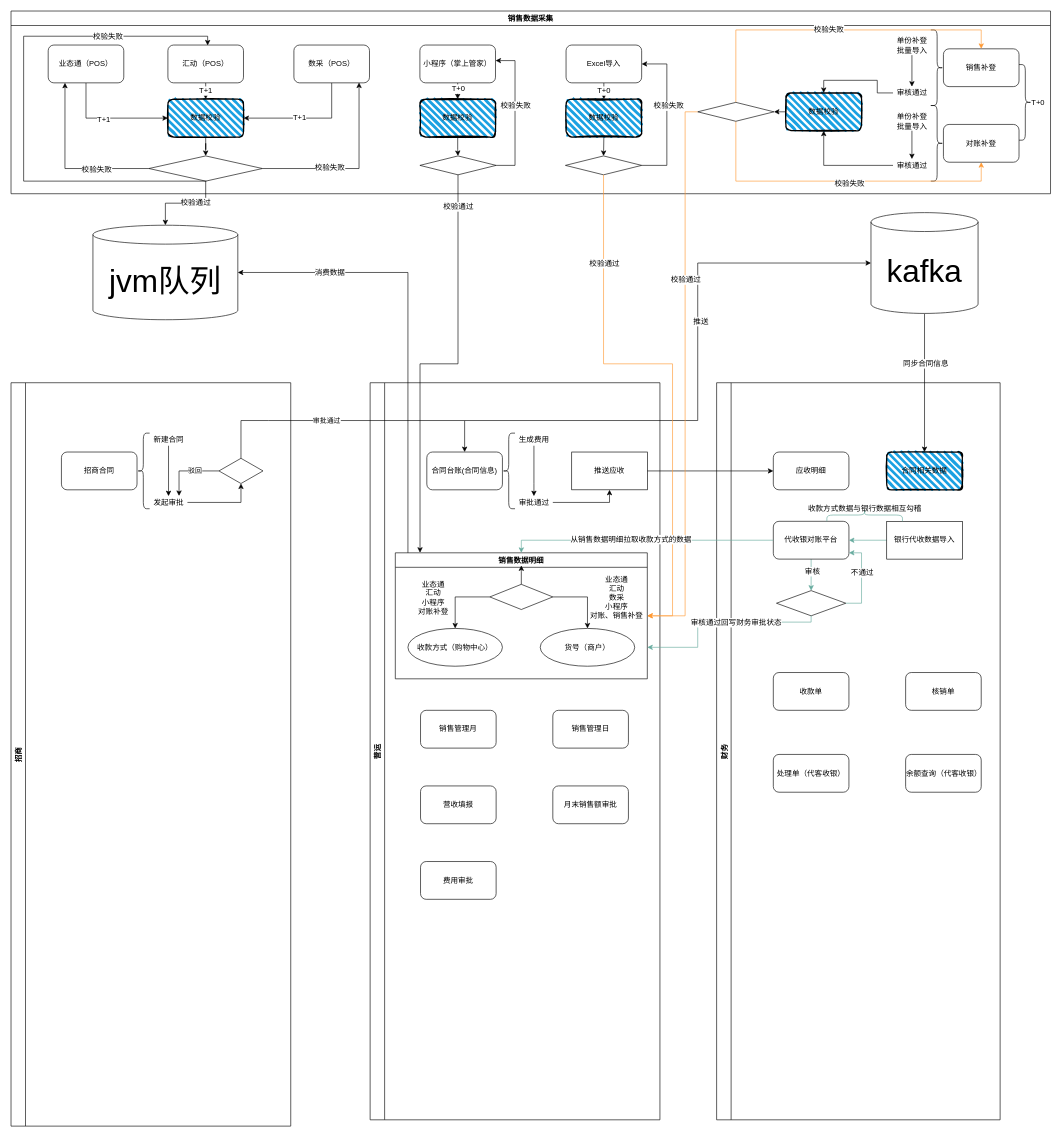
This is Untitled Diagram.drawio from lanrenspace/elementui-admin-template, a draw.io file, before an edit. Source tidied: cells renumbered, new cells numbered last; positions are measured from the earlier drawing's top-left corner, leaving out a move shared by most shapes. Both pictures are drawn from the tidied source at 63%, with x=0, y=0 at pixel (11, 11).
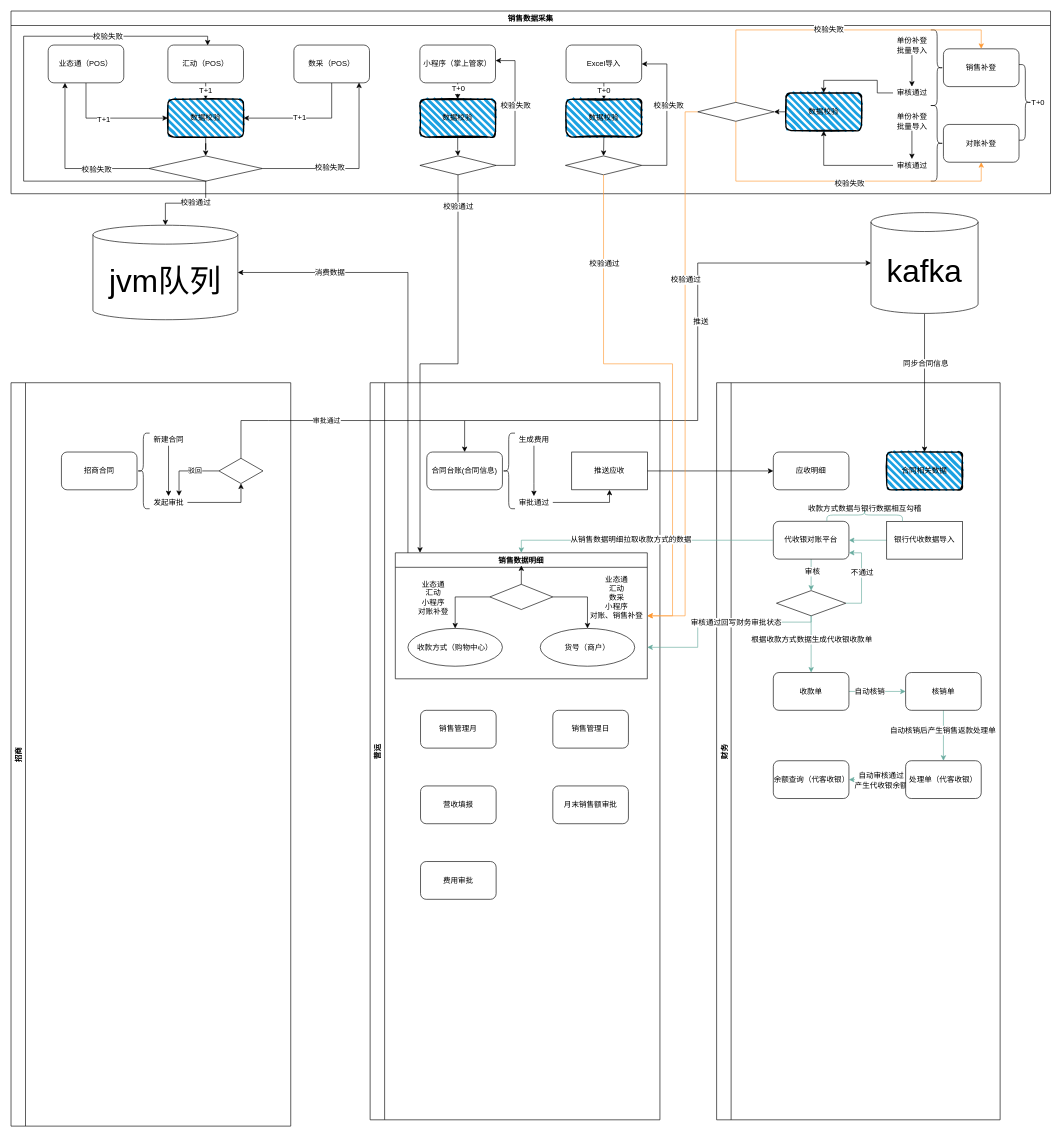
The same page after the edit.

Commit message:
对账单审核通过

Unchanged cells that the change refers to:
```xml
<mxCell id="35" value="财务" style="swimlane;horizontal=0;startSize=23;" parent="1" vertex="1">
  <mxGeometry x="1120" y="590" width="450" height="1170" as="geometry" />
</mxCell>
<mxCell id="47" style="rhombus;whiteSpace=wrap;html=1;fontSize=12;fontColor=#000000;strokeColor=#000000;" parent="35" vertex="1">
  <mxGeometry x="95" y="330" width="110" height="40" as="geometry" />
</mxCell>
<mxCell id="48" value="收款单" style="rounded=1;whiteSpace=wrap;html=1;fontSize=12;fontColor=#000000;strokeColor=#000000;" parent="35" vertex="1">
  <mxGeometry x="90" y="460" width="120" height="60" as="geometry" />
</mxCell>
<mxCell id="49" value="核销单" style="rounded=1;whiteSpace=wrap;html=1;fontSize=12;fontColor=#000000;strokeColor=#000000;" parent="35" vertex="1">
  <mxGeometry x="300" y="460" width="120" height="60" as="geometry" />
</mxCell>
```

The edit, as a diff of the source:
```diff
@@
+    <mxCell id="128" style="edgeStyle=orthogonalEdgeStyle;rounded=0;jettySize=auto;html=1;entryX=0.5;entryY=0;entryDx=0;entryDy=0;labelBackgroundColor=#FFFF66;fontSize=12;fontColor=#000000;strokeColor=#67AB9F;" parent="35" edge="1" source="47" target="48">
+      <mxGeometry relative="1" as="geometry" />
+    </mxCell>
+    <mxCell id="129" value="根据收款方式数据生成代收银收款单" style="edgeLabel;html=1;align=center;verticalAlign=middle;fontSize=12;fontColor=#000000;" parent="128" vertex="1">
+      <mxGeometry x="-0.18" relative="1" as="geometry" />
+    </mxCell>
@@
+    <mxCell id="130" style="edgeStyle=orthogonalEdgeStyle;rounded=0;jettySize=auto;html=1;exitX=1;exitY=0.5;exitDx=0;exitDy=0;entryX=0;entryY=0.5;entryDx=0;entryDy=0;labelBackgroundColor=#FFFF66;fontSize=12;fontColor=#000000;strokeColor=#67AB9F;" parent="35" edge="1" source="48" target="49">
+      <mxGeometry relative="1" as="geometry" />
+    </mxCell>
+    <mxCell id="131" value="自动核销" style="edgeLabel;html=1;align=center;verticalAlign=middle;fontSize=12;fontColor=#000000;" parent="130" vertex="1">
+      <mxGeometry x="-0.28" relative="1" as="geometry" />
+    </mxCell>
@@
+    <mxCell id="132" style="edgeStyle=orthogonalEdgeStyle;rounded=0;jettySize=auto;html=1;entryX=0.5;entryY=0;entryDx=0;entryDy=0;labelBackgroundColor=#FFFF66;fontSize=12;fontColor=#000000;strokeColor=#67AB9F;" parent="35" edge="1" source="49" target="50">
+      <mxGeometry relative="1" as="geometry" />
+    </mxCell>
+    <mxCell id="133" value="自动核销后产生销售返款处理单" style="edgeLabel;html=1;align=center;verticalAlign=middle;fontSize=12;fontColor=#000000;" parent="132" vertex="1">
+      <mxGeometry x="-0.23" y="-2" relative="1" as="geometry" />
+    </mxCell>
@@
+    <mxCell id="134" style="edgeStyle=orthogonalEdgeStyle;rounded=0;jettySize=auto;html=1;entryX=1;entryY=0.5;entryDx=0;entryDy=0;labelBackgroundColor=#FFFF66;fontSize=12;fontColor=#000000;strokeColor=#67AB9F;" parent="35" edge="1" source="50" target="51">
+      <mxGeometry relative="1" as="geometry" />
+    </mxCell>
+    <mxCell id="135" value="自动审核通过&lt;br&gt;产生代收银余额" style="edgeLabel;html=1;align=center;verticalAlign=middle;fontSize=12;fontColor=#000000;" parent="134" vertex="1">
+      <mxGeometry x="0.22" relative="1" as="geometry">
+        <mxPoint x="15" as="offset" />
+      </mxGeometry>
+    </mxCell>
     <mxCell id="50" value="处理单（代客收银）" style="rounded=1;whiteSpace=wrap;html=1;fontSize=12;fontColor=#000000;strokeColor=#000000;" parent="35" vertex="1">
-      <mxGeometry x="90" y="590" width="120" height="60" as="geometry" />
+      <mxGeometry x="300" y="600" width="120" height="60" as="geometry" />
     </mxCell>
     <mxCell id="51" value="余额查询（代客收银）" style="rounded=1;whiteSpace=wrap;html=1;fontSize=12;fontColor=#000000;strokeColor=#000000;" parent="35" vertex="1">
-      <mxGeometry x="300" y="590" width="120" height="60" as="geometry" />
+      <mxGeometry x="90" y="600" width="120" height="60" as="geometry" />
     </mxCell>
```
